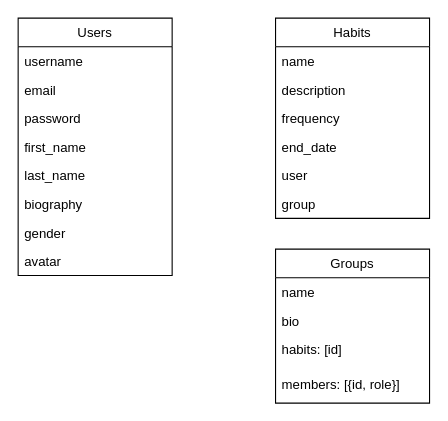
The draw.io diagram schema.drawio in SDI535/habithobbit-server, before the edit. Source tidied: cells renumbered, new cells numbered last; positions are measured from the earlier drawing's top-left corner, leaving out a move shared by most shapes. Both pictures are drawn from the tidied source at 110%, with x=0, y=0 at pixel (18, 18).
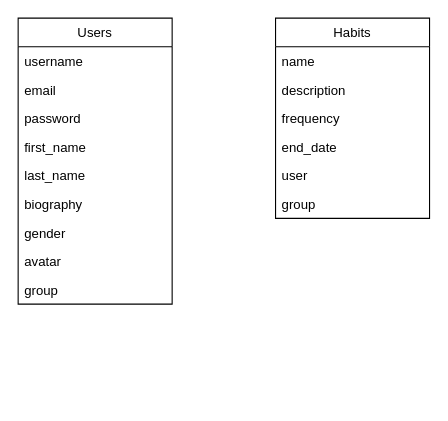
After the change.

Change to the diagram source:
```diff
@@
     <mxCell id="2" value="Users" style="swimlane;fontStyle=0;horizontal=1;startSize=26;fillColor=none;" parent="1" vertex="1">
-      <mxGeometry width="140" height="234" as="geometry" />
+      <mxGeometry width="140" height="260" as="geometry" />
     </mxCell>
@@
+    <mxCell id="21" value="group" style="text;strokeColor=none;fillColor=none;align=left;verticalAlign=top;spacingLeft=4;spacingRight=4;overflow=hidden;" parent="2" vertex="1">
+      <mxGeometry y="234" width="140" height="26" as="geometry" />
+    </mxCell>
@@
-    <mxCell id="18" value="Groups" style="swimlane;fontStyle=0;horizontal=1;startSize=26;fillColor=none;" parent="1" vertex="1">
-      <mxGeometry x="234" y="210" width="140" height="140" as="geometry" />
-    </mxCell>
-    <mxCell id="19" value="name" style="text;strokeColor=none;fillColor=none;align=left;verticalAlign=top;spacingLeft=4;spacingRight=4;overflow=hidden;" parent="18" vertex="1">
-      <mxGeometry y="26" width="140" height="26" as="geometry" />
-    </mxCell>
-    <mxCell id="20" value="bio" style="text;strokeColor=none;fillColor=none;align=left;verticalAlign=top;spacingLeft=4;spacingRight=4;overflow=hidden;" parent="18" vertex="1">
-      <mxGeometry y="52" width="140" height="26" as="geometry" />
-    </mxCell>
-    <mxCell id="21" value="habits: [id]" style="text;strokeColor=none;fillColor=none;align=left;verticalAlign=top;spacingLeft=4;spacingRight=4;overflow=hidden;" parent="18" vertex="1">
-      <mxGeometry y="78" width="140" height="32" as="geometry" />
-    </mxCell>
-    <mxCell id="22" value="members: [{id, role}]" style="text;strokeColor=none;fillColor=none;align=left;verticalAlign=top;spacingLeft=4;spacingRight=4;overflow=hidden;" parent="18" vertex="1">
-      <mxGeometry y="110" width="140" height="30" as="geometry" />
-    </mxCell>
```
